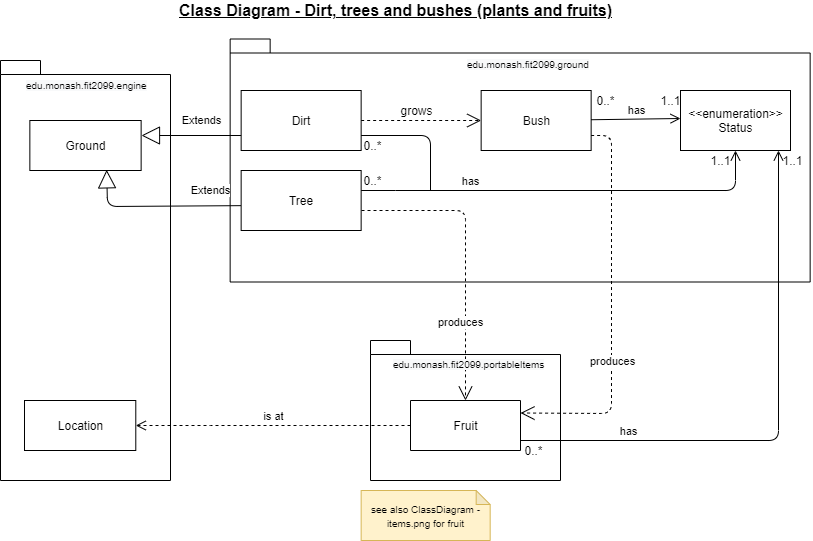
Earlier version of the draw.io export assignment_workings/Class Diagram - Dirt, trees and bushes (plants and fruits).png (mltw/fit2099-jurassic-park-2021). Source tidied: cells renumbered, new cells last; positions are measured from the earlier drawing's top-left corner, leaving out a move shared by most shapes.
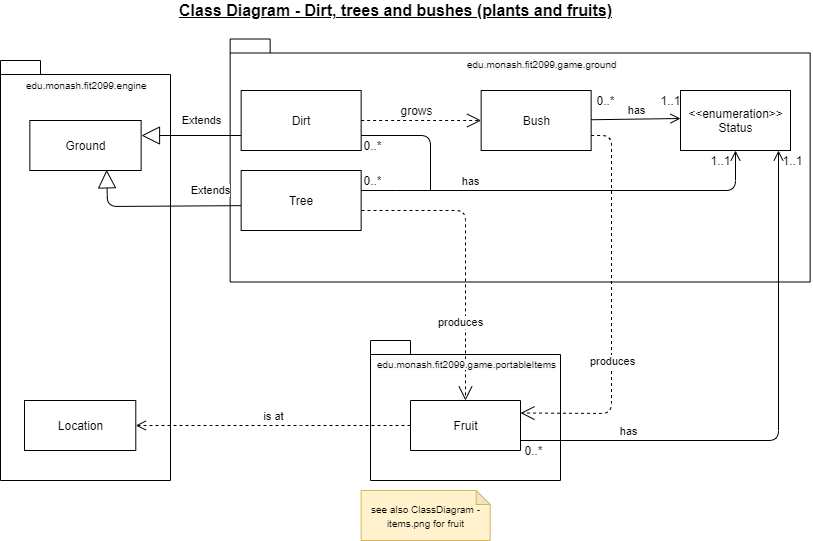
The same file after the commit.

Commit message:
update class diagrams

Diff of the diagram source:
```diff
@@ -96,7 +96,7 @@
         </Array>
       </mxGeometry>
     </mxCell>
-    <mxCell id="23" value="&lt;span style=&quot;color: rgb(0 , 0 , 0) ; font-family: &amp;#34;helvetica&amp;#34; ; font-size: 10px ; font-style: normal ; font-weight: 400 ; letter-spacing: normal ; text-align: center ; text-indent: 0px ; text-transform: none ; word-spacing: 0px ; background-color: rgb(248 , 249 , 250) ; display: inline ; float: none&quot;&gt;edu.monash.fit2099.ground&lt;/span&gt;" style="text;whiteSpace=wrap;html=1;" parent="1" vertex="1">
+    <mxCell id="23" value="&lt;span style=&quot;color: rgb(0 , 0 , 0) ; font-family: &amp;#34;helvetica&amp;#34; ; font-size: 10px ; font-style: normal ; font-weight: 400 ; letter-spacing: normal ; text-align: center ; text-indent: 0px ; text-transform: none ; word-spacing: 0px ; background-color: rgb(248 , 249 , 250) ; display: inline ; float: none&quot;&gt;edu.monash.fit2099.game.ground&lt;/span&gt;" style="text;whiteSpace=wrap;html=1;" parent="1" vertex="1">
       <mxGeometry x="464.6" y="50" width="155.3" height="30" as="geometry" />
     </mxCell>
     <mxCell id="24" value="Location" style="html=1;" parent="1" vertex="1">
@@ -110,8 +110,8 @@
         </Array>
       </mxGeometry>
     </mxCell>
-    <mxCell id="26" value="&lt;span style=&quot;color: rgb(0 , 0 , 0) ; font-family: &amp;#34;helvetica&amp;#34; ; font-size: 10px ; font-style: normal ; font-weight: 400 ; letter-spacing: normal ; text-align: center ; text-indent: 0px ; text-transform: none ; word-spacing: 0px ; background-color: rgb(248 , 249 , 250) ; display: inline ; float: none&quot;&gt;edu.monash.fit2099.portableItems&lt;/span&gt;" style="text;whiteSpace=wrap;html=1;" parent="1" vertex="1">
-      <mxGeometry x="390.6" y="350" width="160" height="30" as="geometry" />
+    <mxCell id="26" value="&lt;span style=&quot;color: rgb(0 , 0 , 0) ; font-family: &amp;#34;helvetica&amp;#34; ; font-size: 10px ; font-style: normal ; font-weight: 400 ; letter-spacing: normal ; text-align: center ; text-indent: 0px ; text-transform: none ; word-spacing: 0px ; background-color: rgb(248 , 249 , 250) ; display: inline ; float: none&quot;&gt;edu.monash.fit2099.game.portableItems&lt;/span&gt;" style="text;whiteSpace=wrap;html=1;" parent="1" vertex="1">
+      <mxGeometry x="375" y="350" width="160" height="30" as="geometry" />
     </mxCell>
     <mxCell id="27" value="1..1" style="text;html=1;align=center;verticalAlign=middle;strokeColor=none;" parent="1" vertex="1">
       <mxGeometry x="650" y="90" width="40" height="20" as="geometry" />
```
